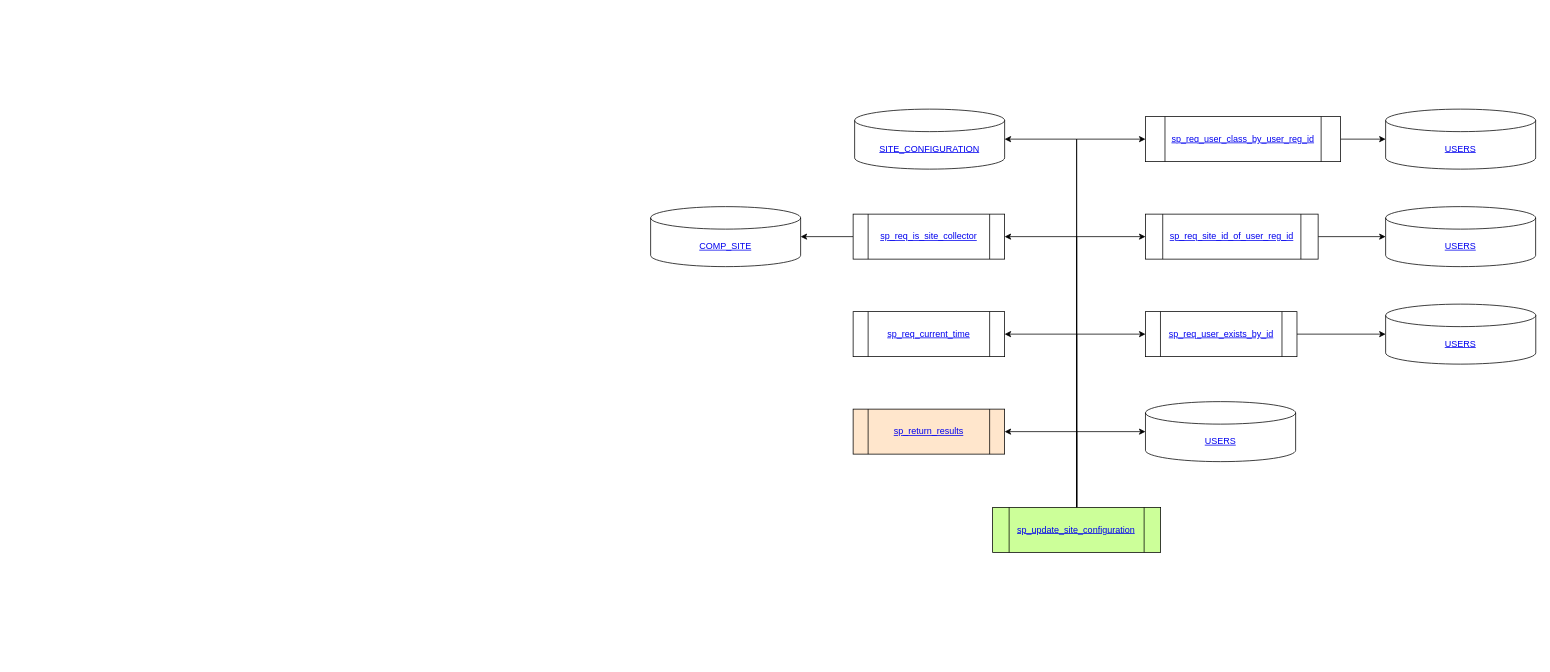
Above: sp_update_site_configuration.drawio in Leo-Nam/chium_draw (draw.io), before the change. Source tidied: cells renumbered, new cells numbered last; positions are measured from the earlier drawing's top-left corner, leaving out a move shared by most shapes. Both pictures are drawn from the tidied source at 75%, with x=0, y=0 at pixel (650, 109).
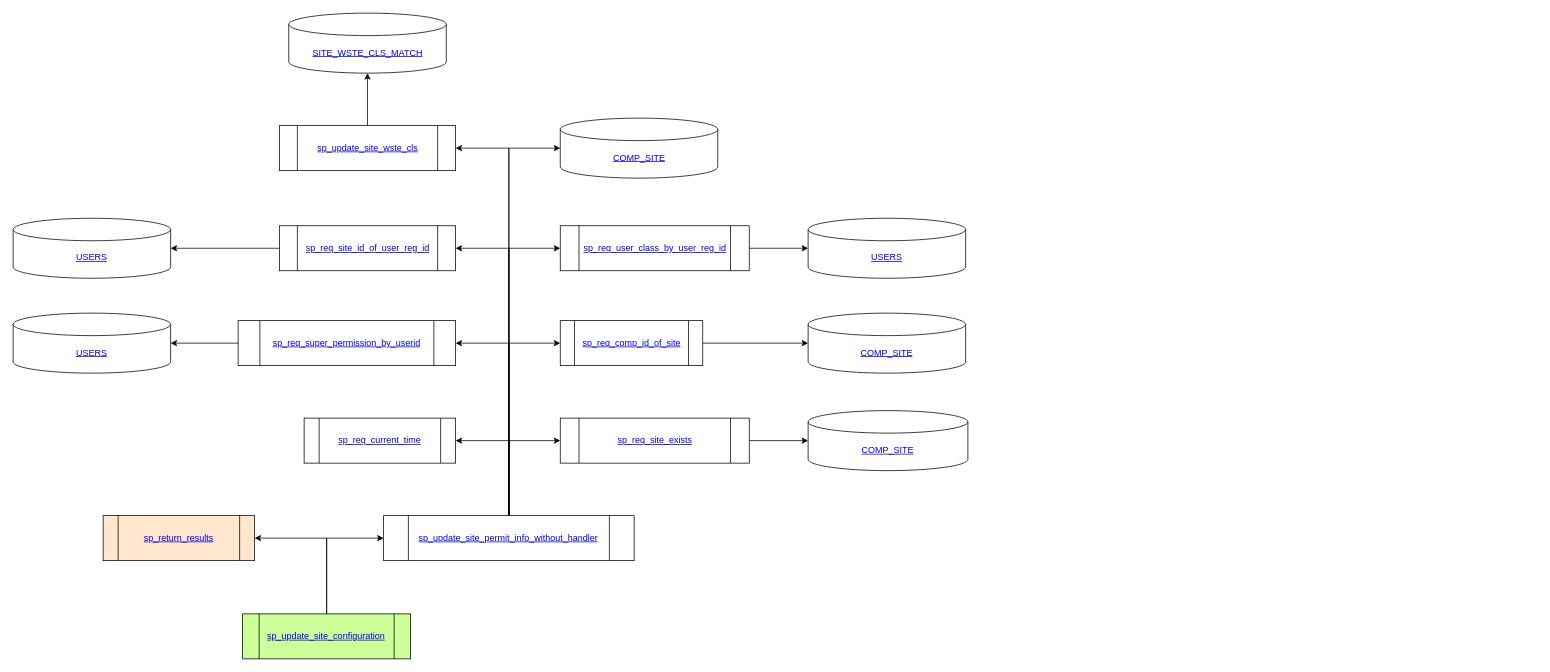
The same page after the edit.

Commit message (it also covers changes not shown here):
sp_insert_collector_wste_lists

Change to the diagram source:
```diff
@@
-    <mxCell id="2" style="edgeStyle=orthogonalEdgeStyle;rounded=0;jettySize=auto;html=1;entryX=1;entryY=0.5;entryDx=0;entryDy=0;" parent="1" edge="1" source="10" target="11">
-      <mxGeometry relative="1" as="geometry" />
-    </mxCell>
-    <mxCell id="3" style="edgeStyle=orthogonalEdgeStyle;rounded=0;jettySize=auto;html=1;entryX=0;entryY=0.5;entryDx=0;entryDy=0;entryPerimeter=0;" parent="1" edge="1" source="10" target="12">
-      <mxGeometry relative="1" as="geometry" />
-    </mxCell>
@@
-    <mxCell id="5" style="edgeStyle=orthogonalEdgeStyle;rounded=0;jettySize=auto;html=1;entryX=0;entryY=0.5;entryDx=0;entryDy=0;" parent="1" edge="1" source="10" target="15">
-      <mxGeometry relative="1" as="geometry" />
-    </mxCell>
-    <mxCell id="6" style="edgeStyle=orthogonalEdgeStyle;rounded=0;jettySize=auto;html=1;entryX=0;entryY=0.5;entryDx=0;entryDy=0;" parent="1" edge="1" source="10" target="18">
-      <mxGeometry relative="1" as="geometry" />
-    </mxCell>
-    <mxCell id="7" style="edgeStyle=orthogonalEdgeStyle;rounded=0;jettySize=auto;html=1;entryX=0;entryY=0.5;entryDx=0;entryDy=0;" parent="1" edge="1" source="10" target="21">
-      <mxGeometry relative="1" as="geometry" />
-    </mxCell>
-    <mxCell id="8" style="edgeStyle=orthogonalEdgeStyle;rounded=0;jettySize=auto;html=1;entryX=1;entryY=0.5;entryDx=0;entryDy=0;" parent="1" edge="1" source="10" target="24">
-      <mxGeometry relative="1" as="geometry" />
-    </mxCell>
-    <mxCell id="9" style="edgeStyle=orthogonalEdgeStyle;rounded=0;jettySize=auto;html=1;entryX=1;entryY=0.5;entryDx=0;entryDy=0;entryPerimeter=0;" parent="1" edge="1" source="10" target="26">
-      <mxGeometry relative="1" as="geometry" />
-    </mxCell>
+    <mxCell id="27" style="edgeStyle=orthogonalEdgeStyle;rounded=0;jettySize=auto;html=1;entryX=0;entryY=0.5;entryDx=0;entryDy=0;" parent="1" edge="1" source="10" target="36">
+      <mxGeometry relative="1" as="geometry" />
+    </mxCell>
     <mxCell id="10" value="&lt;a href=&quot;https://www.notion.so/sp_update_site_configuration-816745aef74f4ce0a48eec0c5c7f8b3e&quot;&gt;sp_update_site_configuration&lt;/a&gt;" style="shape=process;whiteSpace=wrap;html=1;backgroundOutline=1;fillColor=#CCFF99;" parent="1" vertex="1">
-      <mxGeometry x="456" y="531" width="224" height="60" as="geometry" />
+      <mxGeometry x="-544" y="673" width="224" height="60" as="geometry" />
     </mxCell>
+    <mxCell id="13" value="&lt;a href=&quot;https://www.notion.so/sp_return_results-dc21602736f642b5b5b133dab1d30cac&quot;&gt;sp_return_results&lt;/a&gt;" style="shape=process;whiteSpace=wrap;html=1;backgroundOutline=1;fillColor=#FFE6CC;" parent="1" vertex="1">
+      <mxGeometry x="-730" y="542" width="202" height="60" as="geometry" />
+    </mxCell>
+    <mxCell id="28" style="edgeStyle=orthogonalEdgeStyle;rounded=0;jettySize=auto;html=1;entryX=1;entryY=0.5;entryDx=0;entryDy=0;" parent="1" edge="1" source="36" target="11">
+      <mxGeometry relative="1" as="geometry" />
+    </mxCell>
+    <mxCell id="29" style="edgeStyle=orthogonalEdgeStyle;rounded=0;jettySize=auto;html=1;entryX=0;entryY=0.5;entryDx=0;entryDy=0;" parent="1" edge="1" source="36" target="38">
+      <mxGeometry relative="1" as="geometry" />
+    </mxCell>
+    <mxCell id="30" style="edgeStyle=orthogonalEdgeStyle;rounded=0;jettySize=auto;html=1;entryX=0;entryY=0.5;entryDx=0;entryDy=0;" parent="1" edge="1" source="36" target="41">
+      <mxGeometry relative="1" as="geometry" />
+    </mxCell>
+    <mxCell id="31" style="edgeStyle=orthogonalEdgeStyle;rounded=0;jettySize=auto;html=1;entryX=1;entryY=0.5;entryDx=0;entryDy=0;" parent="1" edge="1" source="36" target="44">
+      <mxGeometry relative="1" as="geometry" />
+    </mxCell>
+    <mxCell id="32" style="edgeStyle=orthogonalEdgeStyle;rounded=0;jettySize=auto;html=1;entryX=0;entryY=0.5;entryDx=0;entryDy=0;" parent="1" edge="1" source="36" target="21">
+      <mxGeometry relative="1" as="geometry" />
+    </mxCell>
+    <mxCell id="33" style="edgeStyle=orthogonalEdgeStyle;rounded=0;jettySize=auto;html=1;entryX=1;entryY=0.5;entryDx=0;entryDy=0;" parent="1" edge="1" source="36" target="18">
+      <mxGeometry relative="1" as="geometry" />
+    </mxCell>
+    <mxCell id="34" style="edgeStyle=orthogonalEdgeStyle;rounded=0;jettySize=auto;html=1;entryX=1;entryY=0.5;entryDx=0;entryDy=0;" parent="1" edge="1" source="36" target="51">
+      <mxGeometry relative="1" as="geometry" />
+    </mxCell>
+    <mxCell id="35" style="edgeStyle=orthogonalEdgeStyle;rounded=0;jettySize=auto;html=1;entryX=0;entryY=0.5;entryDx=0;entryDy=0;entryPerimeter=0;" parent="1" edge="1" source="36" target="52">
+      <mxGeometry relative="1" as="geometry" />
+    </mxCell>
+    <mxCell id="36" value="&lt;a href=&quot;https://www.notion.so/sp_update_site_wste_lists_without_handler-b3aee6ca893d4f7dafb65e7865d8253e&quot;&gt;sp_update_site_permit_info_without_handler&lt;/a&gt;" style="shape=process;whiteSpace=wrap;html=1;backgroundOutline=1;fillColor=#FFFFFF;" parent="1" vertex="1">
+      <mxGeometry x="-356" y="542" width="334" height="60" as="geometry" />
+    </mxCell>
     <mxCell id="11" value="&lt;a href=&quot;https://www.notion.so/sp_req_current_time-1454565caebf4d388516896cf44f081d&quot;&gt;sp_req_current_time&lt;/a&gt;" style="shape=process;whiteSpace=wrap;html=1;backgroundOutline=1;fillColor=#FFFFFF;" parent="1" vertex="1">
-      <mxGeometry x="270" y="270" width="202" height="60" as="geometry" />
+      <mxGeometry x="-462" y="412" width="202" height="60" as="geometry" />
     </mxCell>
-    <mxCell id="12" value="&lt;a href=&quot;https://www.notion.so/USERS-20656cfbb07d4dedb33482dccb7d81cd&quot;&gt;USERS&lt;/a&gt;" style="shape=cylinder3;whiteSpace=wrap;html=1;boundedLbl=1;backgroundOutline=1;size=15;" parent="1" vertex="1">
-      <mxGeometry x="659.8" y="390" width="200.2" height="80" as="geometry" />
-    </mxCell>
-    <mxCell id="13" value="&lt;a href=&quot;https://www.notion.so/sp_return_results-dc21602736f642b5b5b133dab1d30cac&quot;&gt;sp_return_results&lt;/a&gt;" style="shape=process;whiteSpace=wrap;html=1;backgroundOutline=1;fillColor=#FFE6CC;" parent="1" vertex="1">
-      <mxGeometry x="270" y="400" width="202" height="60" as="geometry" />
-    </mxCell>
-    <mxCell id="14" style="edgeStyle=orthogonalEdgeStyle;rounded=0;jettySize=auto;html=1;" parent="1" edge="1" source="15" target="16">
-      <mxGeometry relative="1" as="geometry" />
-    </mxCell>
-    <mxCell id="15" value="&lt;a href=&quot;https://www.notion.so/sp_req_user_exists_by_id-0b289dd816b94c6d9168d16b7178ebe6&quot;&gt;sp_req_user_exists_by_id&lt;/a&gt;" style="shape=process;whiteSpace=wrap;html=1;backgroundOutline=1;rounded=0;" parent="1" vertex="1">
-      <mxGeometry x="659.8" y="270" width="202" height="60" as="geometry" />
-    </mxCell>
-    <mxCell id="16" value="&lt;a href=&quot;https://www.notion.so/USERS-20656cfbb07d4dedb33482dccb7d81cd&quot;&gt;USERS&lt;/a&gt;" style="shape=cylinder3;whiteSpace=wrap;html=1;boundedLbl=1;backgroundOutline=1;size=15;" parent="1" vertex="1">
-      <mxGeometry x="980" y="260" width="200.2" height="80" as="geometry" />
-    </mxCell>
-    <mxCell id="17" style="edgeStyle=orthogonalEdgeStyle;rounded=0;jettySize=auto;html=1;" parent="1" edge="1" source="18" target="19">
-      <mxGeometry relative="1" as="geometry" />
-    </mxCell>
+    <mxCell id="37" style="edgeStyle=orthogonalEdgeStyle;rounded=0;jettySize=auto;html=1;entryX=0;entryY=0.5;entryDx=0;entryDy=0;entryPerimeter=0;" parent="1" edge="1" source="38" target="39">
+      <mxGeometry relative="1" as="geometry" />
+    </mxCell>
+    <mxCell id="38" value="&lt;a href=&quot;https://www.notion.so/sp_req_site_exists-032487db9c1241f68caeed91a600cc51&quot;&gt;sp_req_site_exists&lt;/a&gt;" style="shape=process;whiteSpace=wrap;html=1;backgroundOutline=1;fillColor=#FFFFFF;" parent="1" vertex="1">
+      <mxGeometry x="-120.5" y="412" width="252" height="60" as="geometry" />
+    </mxCell>
+    <mxCell id="39" value="&lt;a href=&quot;https://www.notion.so/COMP_SITE-accb03cb0e274fda9f742a88703b821a&quot;&gt;COMP_SITE&lt;/a&gt;" style="shape=cylinder3;whiteSpace=wrap;html=1;boundedLbl=1;backgroundOutline=1;size=15;" parent="1" vertex="1">
+      <mxGeometry x="210" y="402" width="213" height="80" as="geometry" />
+    </mxCell>
+    <mxCell id="40" style="edgeStyle=orthogonalEdgeStyle;rounded=0;jettySize=auto;html=1;entryX=0;entryY=0.5;entryDx=0;entryDy=0;entryPerimeter=0;" parent="1" edge="1" source="41" target="42">
+      <mxGeometry relative="1" as="geometry" />
+    </mxCell>
+    <mxCell id="41" value="&lt;a href=&quot;https://www.notion.so/sp_req_comp_id_of_site-a7bd3040772f4a25b9058a85ef7f9925&quot;&gt;sp_req_comp_id_of_site&lt;/a&gt;" style="shape=process;whiteSpace=wrap;html=1;backgroundOutline=1;rounded=0;fillColor=#FFFFFF;" parent="1" vertex="1">
+      <mxGeometry x="-120.5" y="282" width="190" height="60" as="geometry" />
+    </mxCell>
+    <mxCell id="42" value="&lt;a href=&quot;https://www.notion.so/COMP_SITE-accb03cb0e274fda9f742a88703b821a&quot;&gt;COMP_SITE&lt;/a&gt;" style="shape=cylinder3;whiteSpace=wrap;html=1;boundedLbl=1;backgroundOutline=1;size=15;" parent="1" vertex="1">
+      <mxGeometry x="210" y="272" width="210" height="80" as="geometry" />
+    </mxCell>
+    <mxCell id="43" style="edgeStyle=orthogonalEdgeStyle;rounded=0;jettySize=auto;html=1;" parent="1" edge="1" source="44" target="45">
+      <mxGeometry relative="1" as="geometry" />
+    </mxCell>
+    <mxCell id="44" value="&lt;a href=&quot;https://www.notion.so/sp_req_super_permission_by_userid-edc85ccef6c84c17a624455c9cbec9fb&quot;&gt;sp_req_super_permission_by_userid&lt;/a&gt;" style="shape=process;whiteSpace=wrap;html=1;backgroundOutline=1;rounded=0;fillColor=#FFFFFF;" parent="1" vertex="1">
+      <mxGeometry x="-550" y="282" width="290" height="60" as="geometry" />
+    </mxCell>
+    <mxCell id="45" value="&lt;a href=&quot;https://www.notion.so/USERS-20656cfbb07d4dedb33482dccb7d81cd&quot;&gt;USERS&lt;/a&gt;" style="shape=cylinder3;whiteSpace=wrap;html=1;boundedLbl=1;backgroundOutline=1;size=15;" parent="1" vertex="1">
+      <mxGeometry x="-850" y="272" width="210" height="80" as="geometry" />
+    </mxCell>
+    <mxCell id="46" style="edgeStyle=orthogonalEdgeStyle;rounded=0;jettySize=auto;html=1;" parent="1" edge="1" source="21" target="47">
+      <mxGeometry relative="1" as="geometry" />
+    </mxCell>
+    <mxCell id="21" value="&lt;a href=&quot;https://www.notion.so/sp_req_user_class_by_user_reg_id-4b82d11d82594b68a2fc02282aaefc7a&quot;&gt;sp_req_user_class_by_user_reg_id&lt;/a&gt;" style="shape=process;whiteSpace=wrap;html=1;backgroundOutline=1;" parent="1" vertex="1">
+      <mxGeometry x="-120.5" y="155.5" width="252" height="60" as="geometry" />
+    </mxCell>
+    <mxCell id="47" value="&lt;a href=&quot;https://www.notion.so/USERS-20656cfbb07d4dedb33482dccb7d81cd&quot;&gt;USERS&lt;/a&gt;" style="shape=cylinder3;whiteSpace=wrap;html=1;boundedLbl=1;backgroundOutline=1;size=15;" parent="1" vertex="1">
+      <mxGeometry x="210" y="145.5" width="210" height="80" as="geometry" />
+    </mxCell>
+    <mxCell id="48" style="edgeStyle=orthogonalEdgeStyle;rounded=0;jettySize=auto;html=1;" parent="1" edge="1" source="18" target="49">
+      <mxGeometry relative="1" as="geometry" />
+    </mxCell>
     <mxCell id="18" value="&lt;a href=&quot;https://www.notion.so/sp_req_site_id_of_user_reg_id-f989ae7eae614f7b884151b21f34c33f&quot;&gt;sp_req_site_id_of_user_reg_id&lt;/a&gt;" style="shape=process;whiteSpace=wrap;html=1;backgroundOutline=1;" parent="1" vertex="1">
-      <mxGeometry x="659.8" y="140" width="230.2" height="60" as="geometry" />
+      <mxGeometry x="-495" y="155.5" width="235" height="60" as="geometry" />
     </mxCell>
-    <mxCell id="19" value="&lt;a href=&quot;https://www.notion.so/USERS-20656cfbb07d4dedb33482dccb7d81cd&quot;&gt;USERS&lt;/a&gt;" style="shape=cylinder3;whiteSpace=wrap;html=1;boundedLbl=1;backgroundOutline=1;size=15;" parent="1" vertex="1">
-      <mxGeometry x="980" y="130" width="200" height="80" as="geometry" />
-    </mxCell>
-    <mxCell id="20" style="edgeStyle=orthogonalEdgeStyle;rounded=0;jettySize=auto;html=1;" parent="1" edge="1" source="21" target="22">
-      <mxGeometry relative="1" as="geometry" />
-    </mxCell>
-    <mxCell id="21" value="&lt;a href=&quot;https://www.notion.so/sp_req_user_class_by_user_reg_id-4b82d11d82594b68a2fc02282aaefc7a&quot;&gt;sp_req_user_class_by_user_reg_id&lt;/a&gt;" style="shape=process;whiteSpace=wrap;html=1;backgroundOutline=1;" parent="1" vertex="1">
-      <mxGeometry x="659.8" y="10" width="260.2" height="60" as="geometry" />
-    </mxCell>
-    <mxCell id="22" value="&lt;a href=&quot;https://www.notion.so/USERS-20656cfbb07d4dedb33482dccb7d81cd&quot;&gt;USERS&lt;/a&gt;" style="shape=cylinder3;whiteSpace=wrap;html=1;boundedLbl=1;backgroundOutline=1;size=15;" parent="1" vertex="1">
-      <mxGeometry x="980" width="200" height="80" as="geometry" />
-    </mxCell>
-    <mxCell id="23" style="edgeStyle=orthogonalEdgeStyle;rounded=0;jettySize=auto;html=1;" parent="1" edge="1" source="24" target="25">
-      <mxGeometry relative="1" as="geometry" />
-    </mxCell>
-    <mxCell id="24" value="&lt;a href=&quot;https://www.notion.so/sp_req_is_site_collector-f068d0bbe669458a8f6c54f47964eb92&quot;&gt;sp_req_is_site_collector&lt;/a&gt;" style="shape=process;whiteSpace=wrap;html=1;backgroundOutline=1;" parent="1" vertex="1">
-      <mxGeometry x="270" y="140" width="202" height="60" as="geometry" />
-    </mxCell>
-    <mxCell id="25" value="&lt;a href=&quot;https://www.notion.so/COMP_SITE-accb03cb0e274fda9f742a88703b821a&quot;&gt;COMP_SITE&lt;/a&gt;" style="shape=cylinder3;whiteSpace=wrap;html=1;boundedLbl=1;backgroundOutline=1;size=15;" parent="1" vertex="1">
-      <mxGeometry y="130" width="200" height="80" as="geometry" />
-    </mxCell>
-    <mxCell id="26" value="&lt;a href=&quot;https://www.notion.so/SITE_CONFIGURATION-3aca520b2178458ba31e22cc3da634c8&quot;&gt;SITE_CONFIGURATION&lt;/a&gt;" style="shape=cylinder3;whiteSpace=wrap;html=1;boundedLbl=1;backgroundOutline=1;size=15;" parent="1" vertex="1">
-      <mxGeometry x="272" width="200" height="80" as="geometry" />
-    </mxCell>
+    <mxCell id="49" value="&lt;a href=&quot;https://www.notion.so/USERS-20656cfbb07d4dedb33482dccb7d81cd&quot;&gt;USERS&lt;/a&gt;" style="shape=cylinder3;whiteSpace=wrap;html=1;boundedLbl=1;backgroundOutline=1;size=15;" parent="1" vertex="1">
+      <mxGeometry x="-850" y="145.5" width="210" height="80" as="geometry" />
+    </mxCell>
+    <mxCell id="50" style="edgeStyle=orthogonalEdgeStyle;rounded=0;jettySize=auto;html=1;entryX=0.5;entryY=1;entryDx=0;entryDy=0;entryPerimeter=0;" parent="1" edge="1" source="51" target="53">
+      <mxGeometry relative="1" as="geometry" />
+    </mxCell>
+    <mxCell id="51" value="&lt;a href=&quot;https://www.notion.so/sp_update_site_wste_cls-f214d0d9e9cf4f4096762e0588f655a3&quot;&gt;sp_update_site_wste_cls&lt;/a&gt;" style="shape=process;whiteSpace=wrap;html=1;backgroundOutline=1;" parent="1" vertex="1">
+      <mxGeometry x="-495" y="22" width="235" height="60" as="geometry" />
+    </mxCell>
+    <mxCell id="52" value="&lt;a href=&quot;https://www.notion.so/COMP_SITE-accb03cb0e274fda9f742a88703b821a&quot;&gt;COMP_SITE&lt;/a&gt;" style="shape=cylinder3;whiteSpace=wrap;html=1;boundedLbl=1;backgroundOutline=1;size=15;" parent="1" vertex="1">
+      <mxGeometry x="-120.5" y="12" width="210" height="80" as="geometry" />
+    </mxCell>
+    <mxCell id="53" value="&lt;a href=&quot;https://www.notion.so/SITE_WSTE_CLS_MATCH-2846fa69c86046438f42867e191ca6cf&quot;&gt;SITE_WSTE_CLS_MATCH&lt;/a&gt;" style="shape=cylinder3;whiteSpace=wrap;html=1;boundedLbl=1;backgroundOutline=1;size=15;" parent="1" vertex="1">
+      <mxGeometry x="-482.5" y="-128" width="210" height="80" as="geometry" />
+    </mxCell>
```
